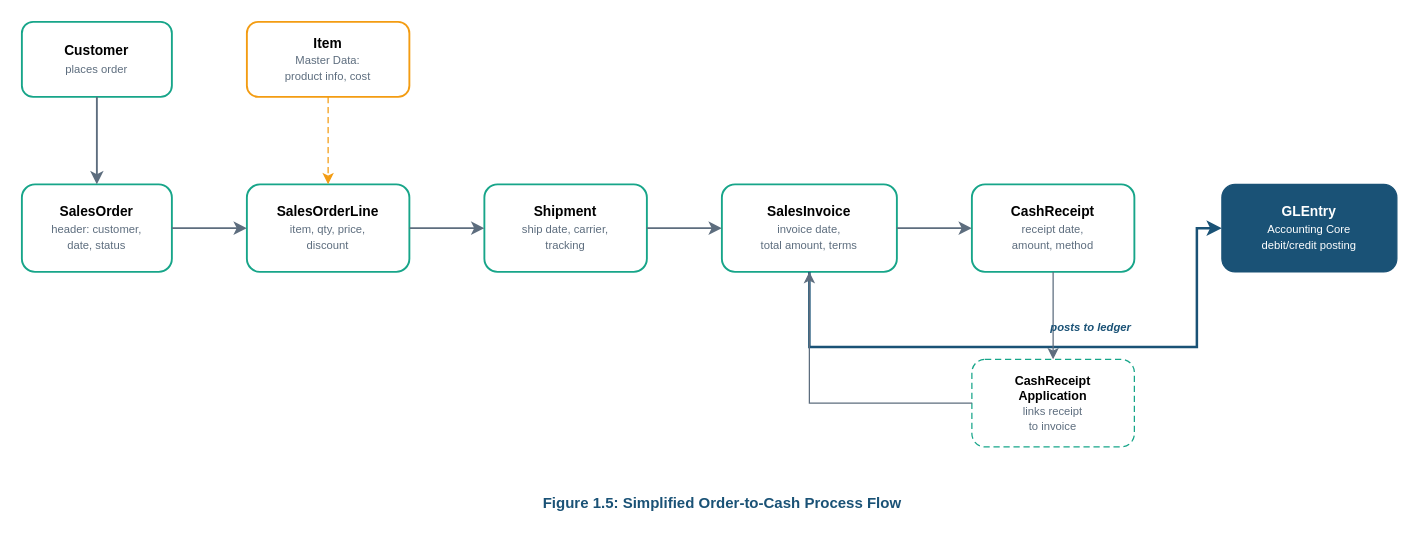
Earlier version of the draw.io diagram visuals/src/fig-01-05-o2c-process-flow.drawio (mmcodesso/Accounting_Analytics_Book). Source tidied: cells renumbered, new cells numbered last; positions are measured from the earlier drawing's top-left corner, leaving out a move shared by most shapes. Both pictures are drawn from the tidied source at 125%, with x=0, y=0 at pixel (21, 21).
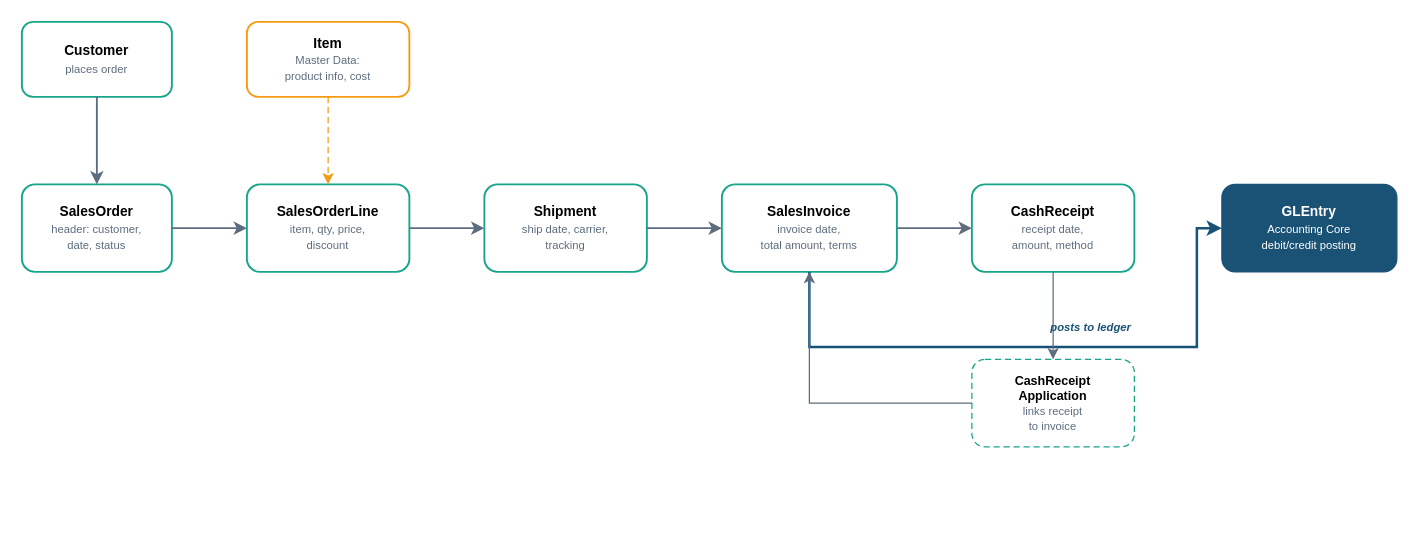
The same diagram, later.

Change to the diagram source:
```diff
@@
-    <mxCell id="21" value="&lt;b&gt;Figure 1.5: Simplified Order-to-Cash Process Flow&lt;/b&gt;" style="text;html=1;align=center;verticalAlign=middle;fontColor=#1A5276;fontSize=12;fontFamily=Arial;" parent="1" vertex="1">
-      <mxGeometry x="310" y="370" width="500" height="30" as="geometry" />
-    </mxCell>
```
